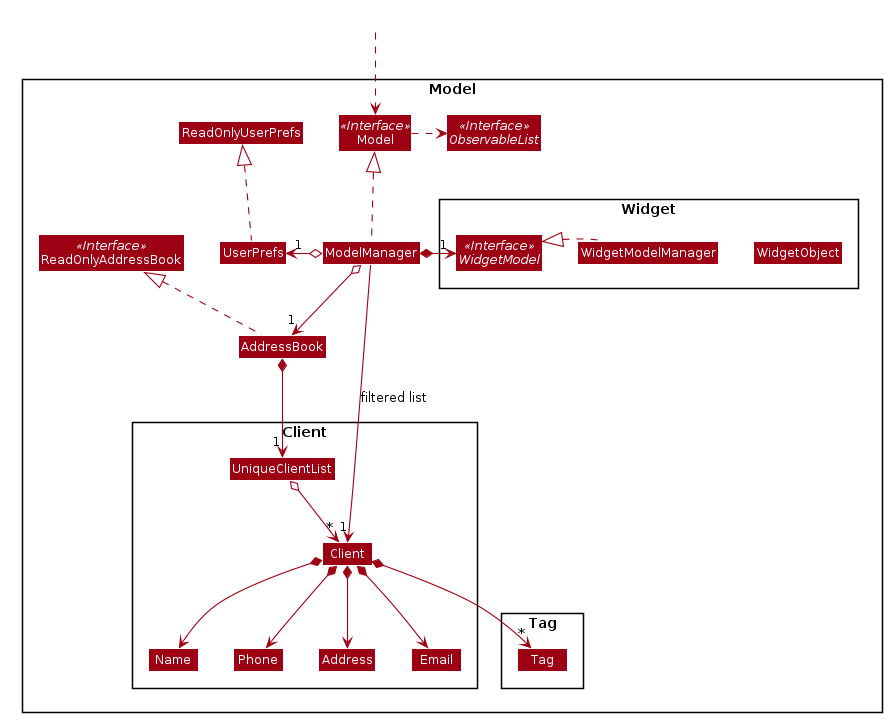
Earlier version of the PlantUML export docs/images/ModelClassDiagram.png (tankangliang/tp). The source it was exported from:
```plantuml
@startuml








skinparam BackgroundColor #FFFFFFF

skinparam Shadowing false

skinparam Class {
    FontColor #FFFFFF
    BorderThickness 1
    BorderColor #FFFFFF
    StereotypeFontColor #FFFFFF
    FontName Arial
}

skinparam Actor {
    BorderColor #000000
    Color #000000
    FontName Arial
}

skinparam Sequence {
    MessageAlign center
    BoxFontSize 15
    BoxPadding 0
    BoxFontColor #FFFFFF
    FontName Arial
}

skinparam Participant {
    FontColor #FFFFFFF
    Padding 20
}

skinparam MinClassWidth 50
skinparam ParticipantPadding 10
skinparam Shadowing false
skinparam DefaultTextAlignment center
skinparam packageStyle Rectangle

hide footbox
hide members
hide circle
skinparam arrowThickness 1.1
skinparam arrowColor #9D0012
skinparam classBackgroundColor #9D0012

Package Model <<Rectangle>>{
Interface ReadOnlyAddressBook <<Interface>>
Interface Model <<Interface>>
Interface ObservableList <<Interface>>
Class AddressBook
Class ReadOnlyAddressBook
Class Model
Class ModelManager
Class UserPrefs
Class ReadOnlyUserPrefs

Package Widget {
Interface WidgetModel <<Interface>>
Class WidgetModelManager
Class WidgetObject
}

Package Client {
Class Client
Class Address
Class Email
Class Name
Class Phone
Class UniqueClientList
}

Package Tag {
Class Tag
}
}

Class HiddenOutside #FFFFFF
HiddenOutside ..> Model

AddressBook .up.|> ReadOnlyAddressBook

ModelManager .up.|> Model
Model .right.> ObservableList
ModelManager o--> "1" AddressBook
ModelManager o-left-> "1" UserPrefs
ModelManager *-right->"1" WidgetModel
UserPrefs .up.|> ReadOnlyUserPrefs

AddressBook *--> "1" UniqueClientList
UniqueClientList o--> "*" Client
Client *--> Name
Client *--> Phone
Client *--> Email
Client *--> Address
Client *--> "*" Tag

WidgetModel -[hidden]right->WidgetModelManager
WidgetModelManager -[hidden]right->WidgetObject
WidgetModelManager .left.|> WidgetModel

Name -[hidden]right-> Phone
Phone -[hidden]right-> Address
Address -[hidden]right-> Email

ModelManager -->"1" Client : filtered list
@enduml
```
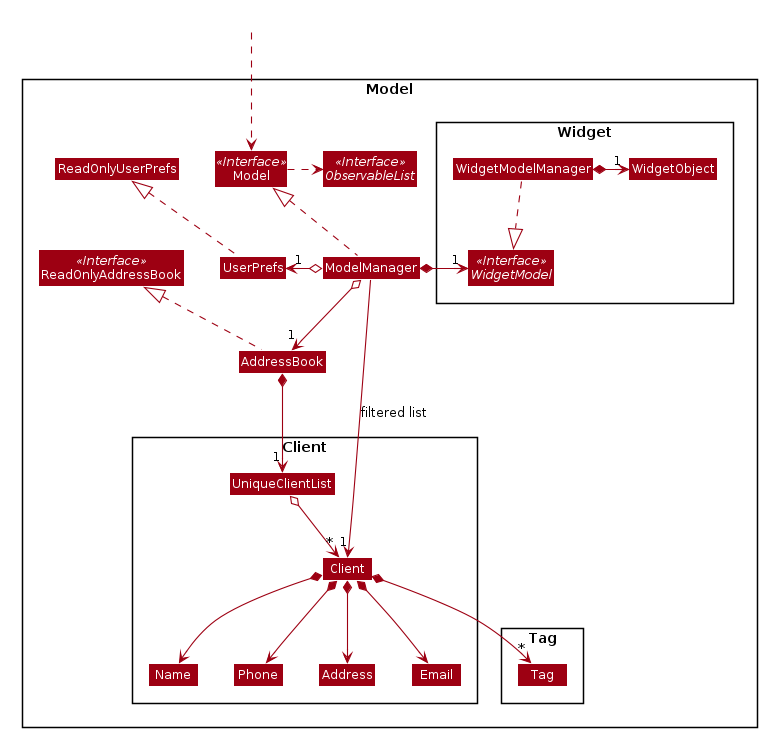
The same diagram one commit later.

Commit message:
Generate PNG images for PlantUML diagrams

What changed in the source:
```diff
@@ -102,9 +102,9 @@
 Client *--> Address
 Client *--> "*" Tag
 
-WidgetModel -[hidden]right->WidgetModelManager
-WidgetModelManager -[hidden]right->WidgetObject
-WidgetModelManager .left.|> WidgetModel
+
+WidgetModelManager ..|> WidgetModel
+WidgetModelManager *-right->"1" WidgetObject
 
 Name -[hidden]right-> Phone
 Phone -[hidden]right-> Address
```
